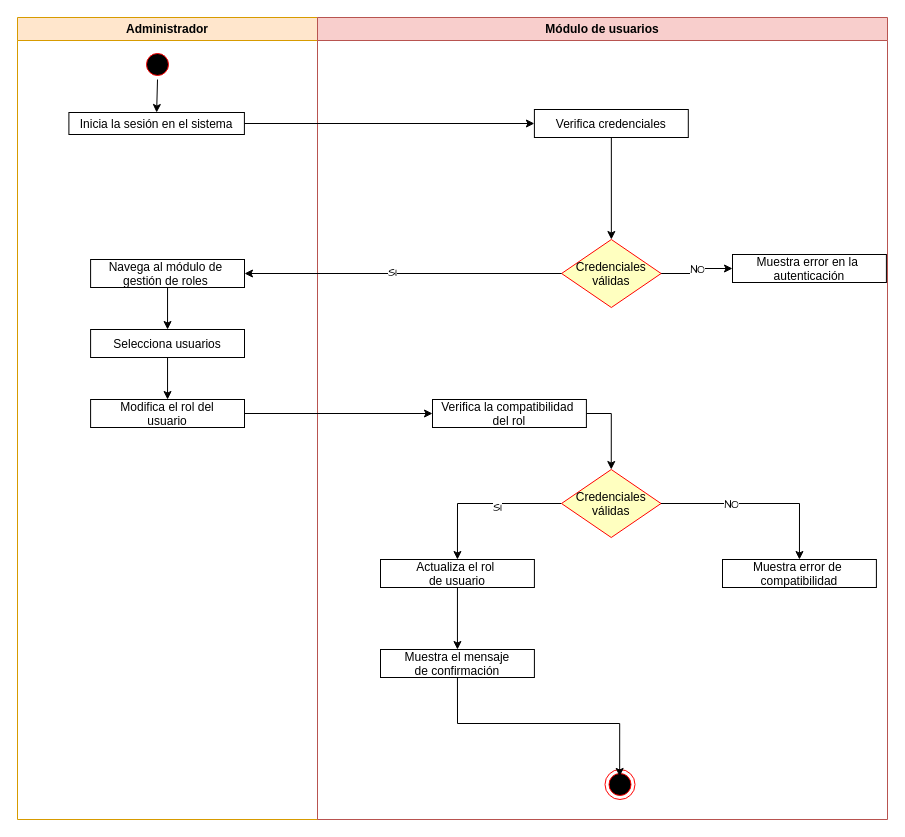
This is DOCUMENTOS/diagramas de actividades/Asignar roles de usuarios.drawio from 319920ch/CRIALED---APLICACIONES-INFORM-TICAS-II, a draw.io file, before an edit. Source tidied: cells renumbered, new cells numbered last; positions are measured from the earlier drawing's top-left corner, leaving out a move shared by most shapes. Both pictures are drawn from the tidied source at 100%, with x=0, y=0 at pixel (17, 17).
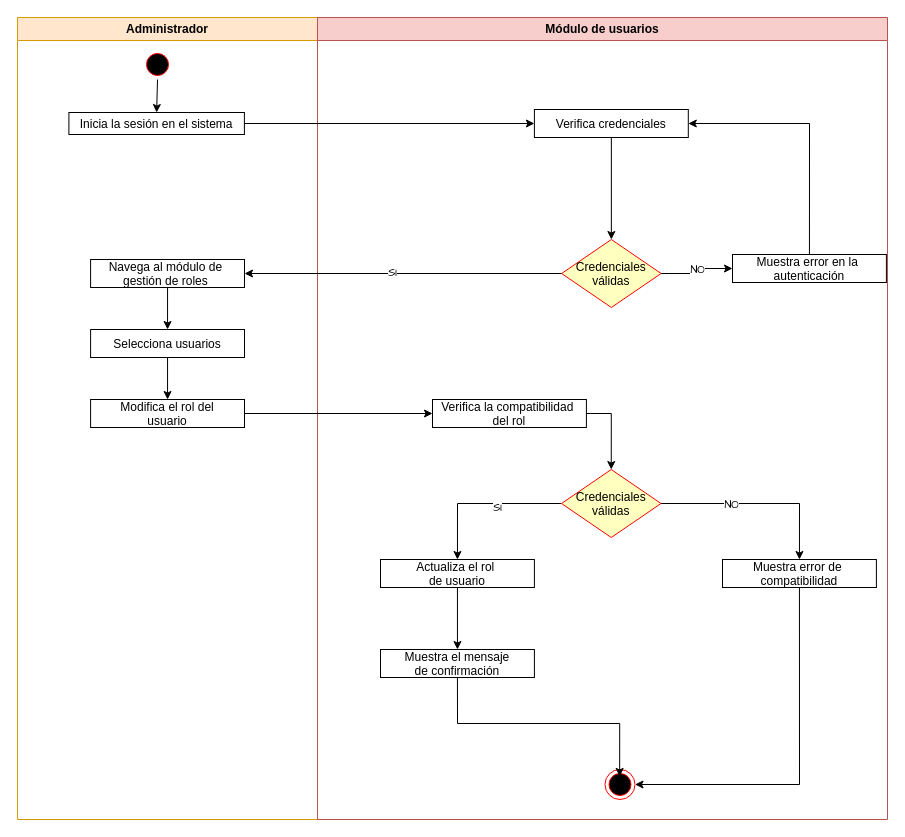
The same page after the edit.

Unchanged cells that the change refers to:
```xml
<mxCell id="11" value="Módulo de usuarios" style="swimlane;whiteSpace=wrap;fillColor=#f8cecc;strokeColor=#b85450;" parent="1" vertex="1">
  <mxGeometry x="300" width="570" height="802" as="geometry" />
</mxCell>
<mxCell id="13" value="Verifica credenciales" parent="11" vertex="1">
  <mxGeometry x="216.9" y="92" width="153.9" height="28" as="geometry" />
</mxCell>
<mxCell id="17" value="Muestra error en la &#10;autenticación" parent="11" vertex="1">
  <mxGeometry x="415" y="237" width="153.9" height="28" as="geometry" />
</mxCell>
<mxCell id="18" style="ellipse;shape=endState;fillColor=#000000;strokeColor=#ff0000;" parent="11" vertex="1">
  <mxGeometry x="287.5" y="752" width="30" height="30" as="geometry" />
</mxCell>
<mxCell id="28" value="Muestra error de &#10;compatibilidad" parent="11" vertex="1">
  <mxGeometry x="405" y="542" width="153.9" height="28" as="geometry" />
</mxCell>
```

What changed in the source:
```diff
@@
+    <mxCell id="35" style="edgeStyle=orthogonalEdgeStyle;rounded=0;hachureGap=4;jettySize=auto;html=1;exitX=0.5;exitY=0;exitDx=0;exitDy=0;entryX=1;entryY=0.5;entryDx=0;entryDy=0;fontFamily=Architects Daughter;" parent="11" edge="1" source="17" target="13">
+      <mxGeometry relative="1" as="geometry" />
+    </mxCell>
@@
+    <mxCell id="36" style="edgeStyle=orthogonalEdgeStyle;rounded=0;hachureGap=4;jettySize=auto;html=1;exitX=0.5;exitY=1;exitDx=0;exitDy=0;entryX=1;entryY=0.5;entryDx=0;entryDy=0;fontFamily=Architects Daughter;" parent="11" edge="1" source="28" target="18">
+      <mxGeometry relative="1" as="geometry" />
+    </mxCell>
```
